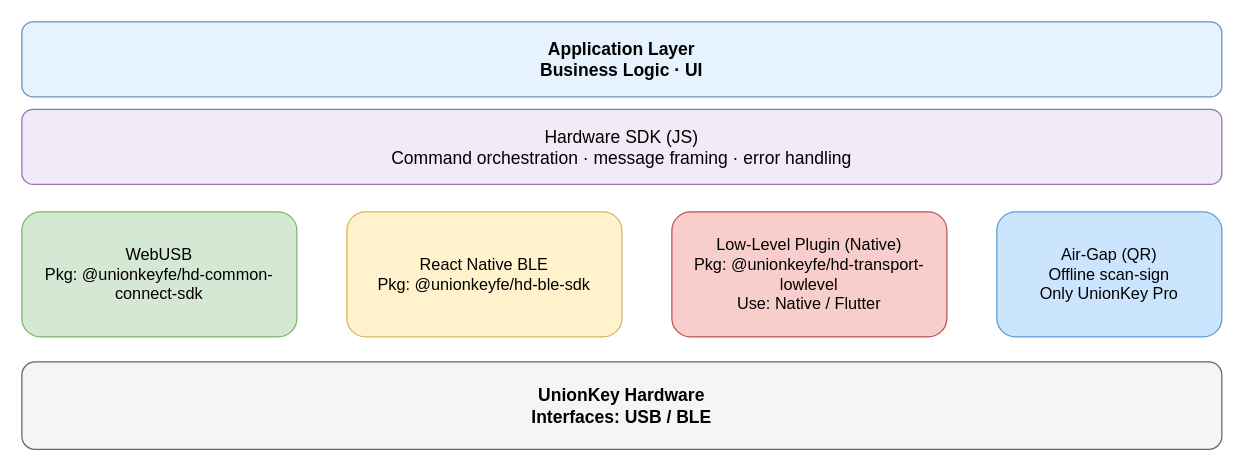
UnionKeyHQ/hardware-js-sdk keeps this draw.io diagram as packages/connect-examples/developer-portal/public/images/transport/transport-architecture-en.drawio. Above is the earlier version. Source tidied: cells renumbered, new cells numbered last; positions are measured from the earlier drawing's top-left corner, leaving out a move shared by most shapes. Both pictures are drawn from the tidied source at 125%, with x=0, y=0 at pixel (21, 21).
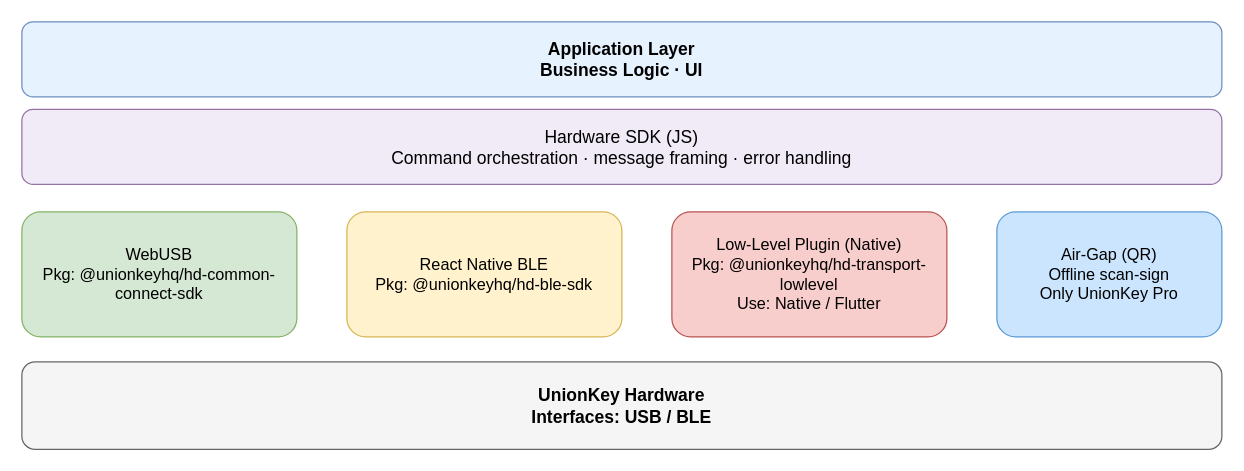
Above is the later version.

Diff of the diagram source:
```diff
@@
 <mxGraphModel>
   <root>
     <mxCell id="0" />
     <mxCell id="1" parent="0" />
     <mxCell id="2" value="Application Layer&#10;Business Logic · UI" style="rounded=1;whiteSpace=wrap;html=1;fontSize=14;fontStyle=1;align=center;verticalAlign=middle;fillColor=#e7f2ff;strokeColor=#6c8ebf;" parent="1" vertex="1">
       <mxGeometry width="960" height="60" as="geometry" />
     </mxCell>
     <mxCell id="3" value="Hardware SDK (JS)&#10;Command orchestration · message framing · error handling" style="rounded=1;whiteSpace=wrap;html=1;fontSize=14;align=center;verticalAlign=middle;fillColor=#f1ebf7;strokeColor=#9673a6;" parent="1" vertex="1">
       <mxGeometry y="70" width="960" height="60" as="geometry" />
     </mxCell>
-    <mxCell id="4" value="WebUSB&lt;br&gt;Pkg: @unionkeyfe/hd-common-connect-sdk" style="rounded=1;whiteSpace=wrap;html=1;fontSize=13;align=center;verticalAlign=middle;fillColor=#d5e8d4;strokeColor=#82b366;" parent="1" vertex="1">
+    <mxCell id="4" value="WebUSB&lt;br&gt;Pkg: @unionkeyhq/hd-common-connect-sdk" style="rounded=1;whiteSpace=wrap;html=1;fontSize=13;align=center;verticalAlign=middle;fillColor=#d5e8d4;strokeColor=#82b366;" parent="1" vertex="1">
       <mxGeometry y="152" width="220" height="100" as="geometry" />
     </mxCell>
-    <mxCell id="5" value="React Native BLE&lt;br&gt;Pkg: @unionkeyfe/hd-ble-sdk" style="rounded=1;whiteSpace=wrap;html=1;fontSize=13;align=center;verticalAlign=middle;fillColor=#fff2cc;strokeColor=#d6b656;" parent="1" vertex="1">
+    <mxCell id="5" value="React Native BLE&lt;br&gt;Pkg: @unionkeyhq/hd-ble-sdk" style="rounded=1;whiteSpace=wrap;html=1;fontSize=13;align=center;verticalAlign=middle;fillColor=#fff2cc;strokeColor=#d6b656;" parent="1" vertex="1">
       <mxGeometry x="260" y="152" width="220" height="100" as="geometry" />
     </mxCell>
-    <mxCell id="6" value="Low-Level Plugin (Native)&#10;Pkg: @unionkeyfe/hd-transport-lowlevel&#10;Use: Native / Flutter" style="rounded=1;whiteSpace=wrap;html=1;fontSize=13;align=center;verticalAlign=middle;fillColor=#f8cecc;strokeColor=#b85450;" parent="1" vertex="1">
+    <mxCell id="6" value="Low-Level Plugin (Native)&#10;Pkg: @unionkeyhq/hd-transport-lowlevel&#10;Use: Native / Flutter" style="rounded=1;whiteSpace=wrap;html=1;fontSize=13;align=center;verticalAlign=middle;fillColor=#f8cecc;strokeColor=#b85450;" parent="1" vertex="1">
       <mxGeometry x="520" y="152" width="220" height="100" as="geometry" />
     </mxCell>
     <mxCell id="7" value="Air-Gap (QR)&#10;Offline scan-sign&#10;Only UnionKey Pro" style="rounded=1;whiteSpace=wrap;html=1;fontSize=13;align=center;verticalAlign=middle;fillColor=#cce5ff;strokeColor=#5b9bd5;" parent="1" vertex="1">
       <mxGeometry x="780" y="152" width="180" height="100" as="geometry" />
     </mxCell>
     <mxCell id="8" value="UnionKey Hardware&#10;Interfaces: USB / BLE" style="rounded=1;whiteSpace=wrap;html=1;fontSize=14;fontStyle=1;align=center;verticalAlign=middle;fillColor=#f5f5f5;strokeColor=#666666;" parent="1" vertex="1">
       <mxGeometry y="272" width="960" height="70" as="geometry" />
     </mxCell>
   </root>
 </mxGraphModel>
```
